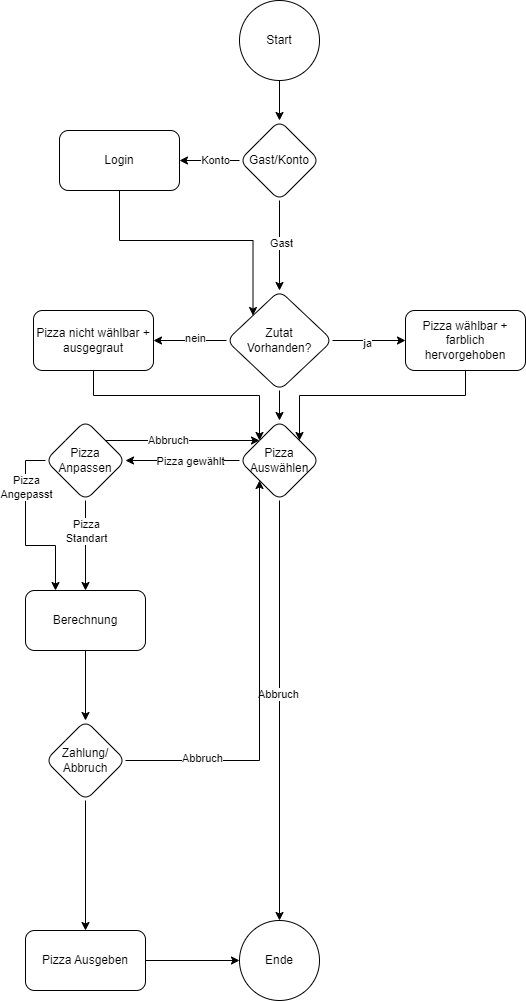
andreasweberd/2024_F2ab keeps this draw.io diagram as maier_tobias/PizzaautomatPaP.drawio.png. Above is the earlier version. Source tidied: cells renumbered, new cells last; positions are measured from the earlier drawing's top-left corner, leaving out a move shared by most shapes.
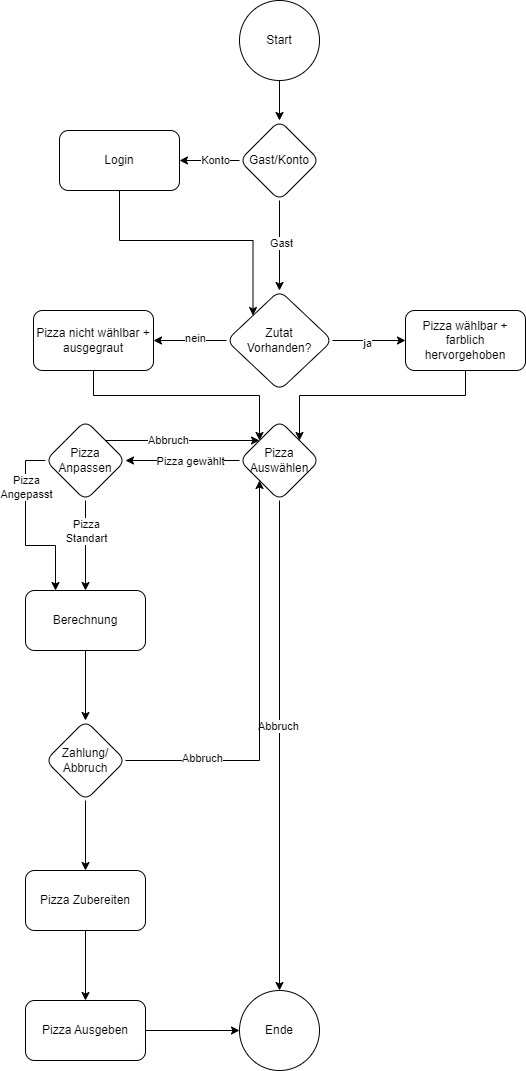
After the change.

Commit message:
Pizzen werden jetzt auch tatsächlich zubereitet dank Luca

Diff of the diagram source:
```diff
@@ -31,9 +31,6 @@
     <mxCell id="10" value="ja" style="edgeLabel;html=1;align=center;verticalAlign=middle;" parent="9" vertex="1">
       <mxGeometry x="-0.06" y="-2" relative="1" as="geometry" />
     </mxCell>
-    <mxCell id="11" style="edgeStyle=orthogonalEdgeStyle;rounded=0;jettySize=auto;html=1;exitX=0.5;exitY=1;exitDx=0;exitDy=0;entryX=0.5;entryY=0;entryDx=0;entryDy=0;" parent="1" edge="1" source="12" target="6">
-      <mxGeometry relative="1" as="geometry" />
-    </mxCell>
     <mxCell id="12" value="Zutat&lt;div&gt;Vorhanden?&lt;/div&gt;" style="rhombus;whiteSpace=wrap;html=1;rounded=1;" parent="1" vertex="1">
       <mxGeometry x="201" y="290" width="106" height="100" as="geometry" />
     </mxCell>
@@ -88,9 +85,9 @@
     <mxCell id="29" value="Abbruch" style="edgeLabel;html=1;align=center;verticalAlign=middle;" parent="28" vertex="1">
       <mxGeometry x="-0.63" y="3" relative="1" as="geometry" />
     </mxCell>
-    <mxCell id="30" style="edgeStyle=orthogonalEdgeStyle;rounded=0;jettySize=auto;html=1;" parent="1" edge="1" source="31" target="33">
-      <mxGeometry relative="1" as="geometry" />
-    </mxCell>
+    <mxCell id="42" style="edgeStyle=orthogonalEdgeStyle;rounded=0;jettySize=auto;html=1;" parent="1" edge="1" source="31" target="44">
+      <mxGeometry relative="1" as="geometry" />
+    </mxCell>
     <mxCell id="31" value="Zahlung/&lt;div&gt;Abbruch&lt;/div&gt;" style="rhombus;whiteSpace=wrap;html=1;rounded=1;" parent="1" vertex="1">
       <mxGeometry x="20" y="720" width="80" height="80" as="geometry" />
     </mxCell>
@@ -98,10 +95,10 @@
       <mxGeometry relative="1" as="geometry" />
     </mxCell>
     <mxCell id="33" value="Pizza Ausgeben" style="whiteSpace=wrap;html=1;rounded=1;" parent="1" vertex="1">
-      <mxGeometry y="930" width="120" height="60" as="geometry" />
+      <mxGeometry y="1000" width="120" height="60" as="geometry" />
     </mxCell>
     <mxCell id="34" value="Ende" style="ellipse;whiteSpace=wrap;html=1;" parent="1" vertex="1">
-      <mxGeometry x="214" y="920" width="80" height="80" as="geometry" />
+      <mxGeometry x="214" y="990" width="80" height="80" as="geometry" />
     </mxCell>
     <mxCell id="35" style="edgeStyle=orthogonalEdgeStyle;rounded=0;jettySize=auto;html=1;exitX=0.5;exitY=1;exitDx=0;exitDy=0;entryX=0.5;entryY=0;entryDx=0;entryDy=0;" parent="1" edge="1" source="39" target="12">
       <mxGeometry relative="1" as="geometry" />
@@ -124,5 +121,11 @@
     <mxCell id="41" value="Login" style="whiteSpace=wrap;html=1;rounded=1;" parent="1" vertex="1">
       <mxGeometry x="34" y="130" width="120" height="60" as="geometry" />
     </mxCell>
+    <mxCell id="43" style="edgeStyle=orthogonalEdgeStyle;rounded=0;jettySize=auto;html=1;exitX=0.5;exitY=1;exitDx=0;exitDy=0;entryX=0.5;entryY=0;entryDx=0;entryDy=0;" parent="1" edge="1" source="44" target="33">
+      <mxGeometry relative="1" as="geometry" />
+    </mxCell>
+    <mxCell id="44" value="Pizza Zubereiten" style="whiteSpace=wrap;html=1;rounded=1;" parent="1" vertex="1">
+      <mxGeometry y="870" width="120" height="60" as="geometry" />
+    </mxCell>
   </root>
 </mxGraphModel>
```
